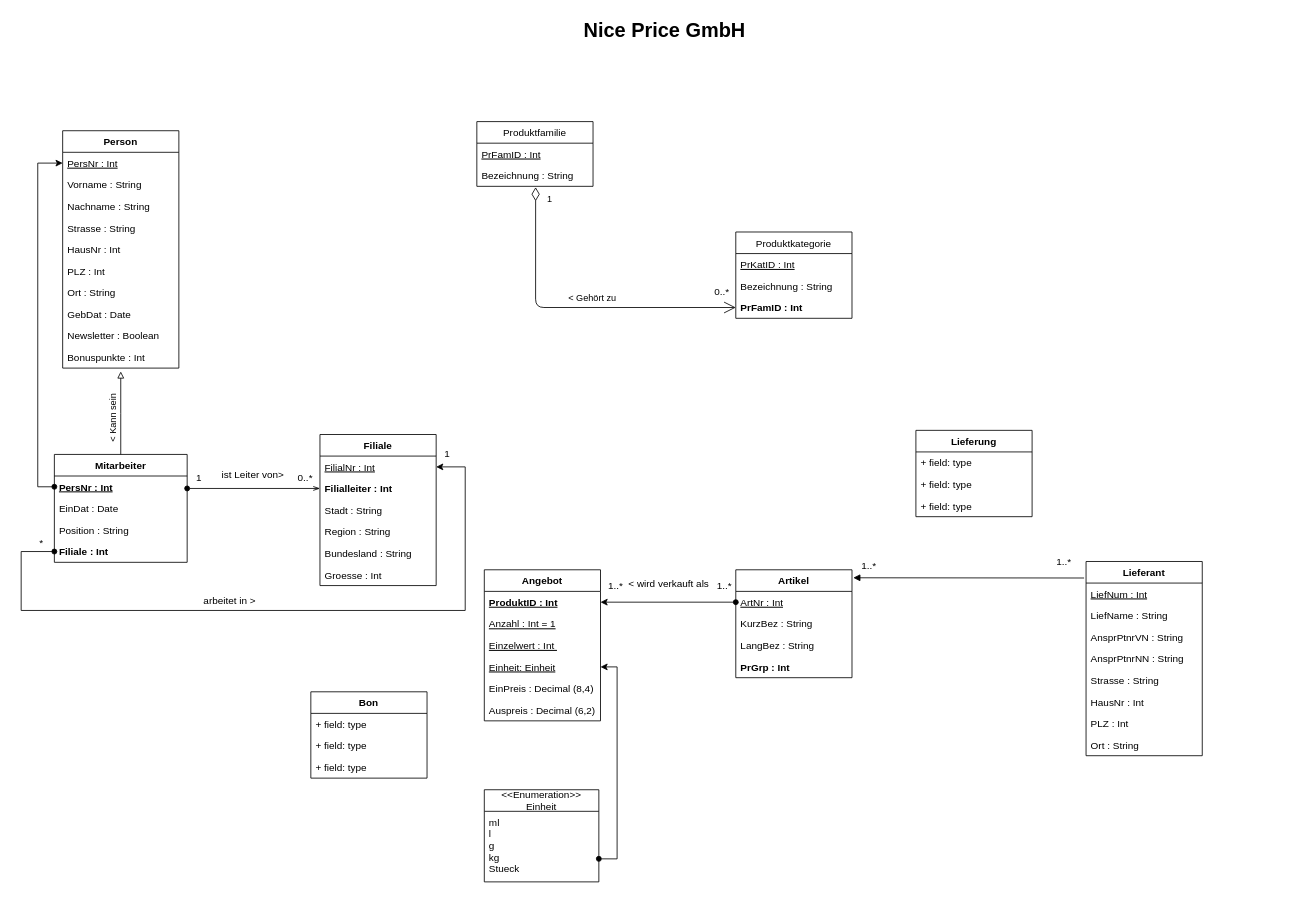
Earlier version of the draw.io diagram NicePriceUML.drawio (Resteklicken/DBS). Source tidied: cells renumbered, new cells numbered last; positions are measured from the earlier drawing's top-left corner, leaving out a move shared by most shapes. Both pictures are drawn from the tidied source at 83%, with x=0, y=0 at pixel (21, 14).
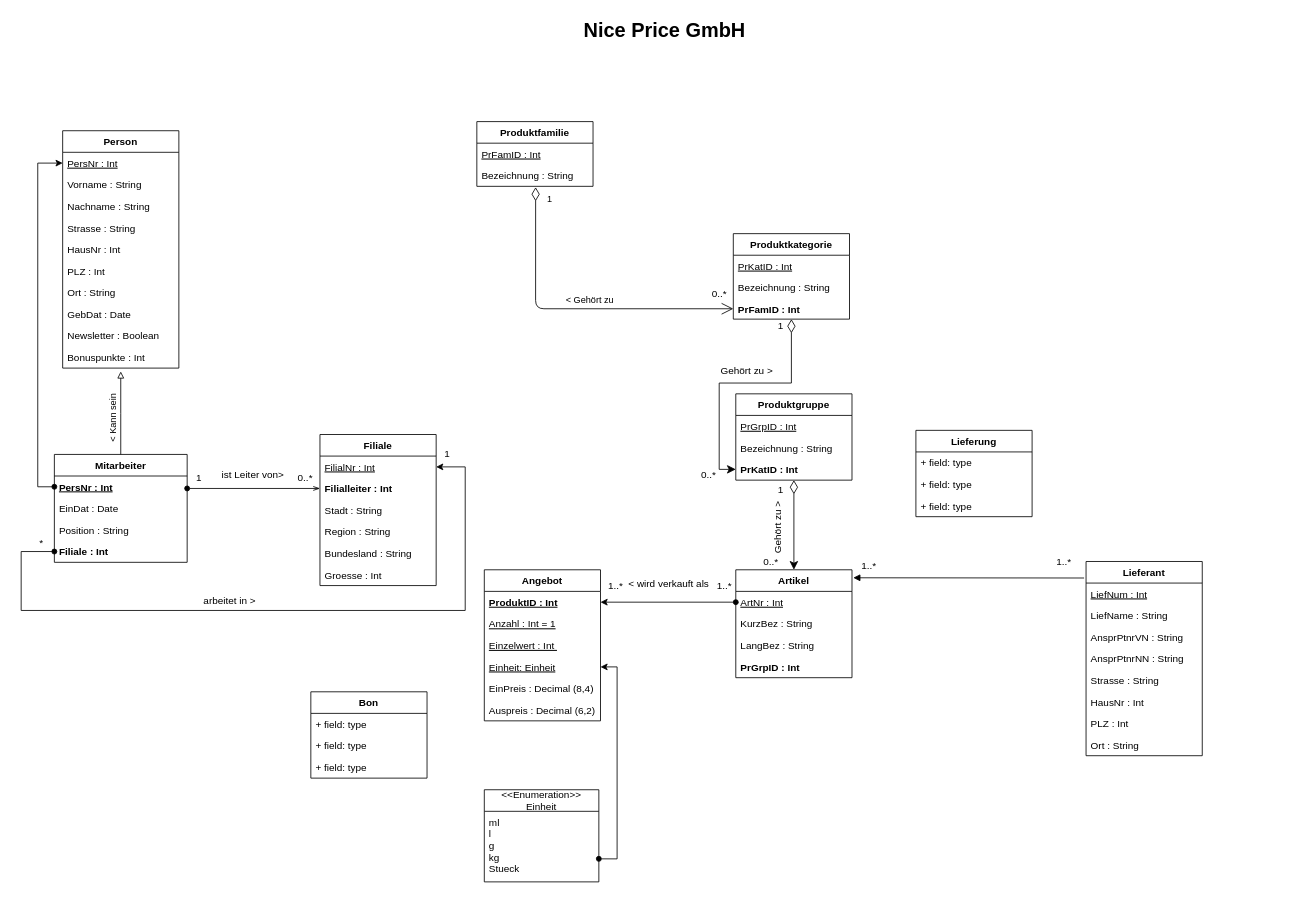
Above is the later version.

Commit message:
Finished kat Grp n Fam

Unchanged cells that the change refers to:
```xml
<mxCell id="28" value="Artikel" style="swimlane;fontStyle=1;horizontal=1;startSize=26;fillColor=none;" parent="1" vertex="1">
  <mxGeometry x="861" y="669" width="140" height="130" as="geometry" />
</mxCell>
```

The edit, as a diff of the source:
```diff
@@
-    <mxCell id="32" value="PrGrp : Int&#10;" style="text;strokeColor=none;fillColor=none;align=left;verticalAlign=top;spacingLeft=4;spacingRight=4;overflow=hidden;fontStyle=1;" parent="28" vertex="1">
+    <mxCell id="32" value="PrGrpID : Int&#10;" style="text;strokeColor=none;fillColor=none;align=left;verticalAlign=top;spacingLeft=4;spacingRight=4;overflow=hidden;fontStyle=1;" parent="28" vertex="1">
       <mxGeometry y="104" width="140" height="26" as="geometry" />
     </mxCell>
@@
-    <mxCell id="38" value="Produktfamilie" style="swimlane;fontStyle=0;horizontal=1;startSize=26;fillColor=none;" parent="1" vertex="1">
+    <mxCell id="38" value="Produktfamilie" style="swimlane;fontStyle=1;horizontal=1;startSize=26;fillColor=none;" parent="1" vertex="1">
       <mxGeometry x="549" y="129" width="140" height="78" as="geometry" />
     </mxCell>
@@
+    <mxCell id="86" style="edgeStyle=orthogonalEdgeStyle;rounded=0;jettySize=auto;html=1;entryX=0;entryY=0.5;entryDx=0;entryDy=0;startArrow=diamondThin;startFill=0;strokeWidth=1;endSize=8;startSize=14;" parent="1" edge="1" source="41" target="91">
+      <mxGeometry relative="1" as="geometry">
+        <Array as="points">
+          <mxPoint x="928" y="444" />
+          <mxPoint x="841" y="444" />
+          <mxPoint x="841" y="548" />
+        </Array>
+      </mxGeometry>
+    </mxCell>
-    <mxCell id="41" value="Produktkategorie" style="swimlane;fontStyle=0;horizontal=1;startSize=26;fillColor=none;" parent="1" vertex="1">
-      <mxGeometry x="861" y="262" width="140" height="104" as="geometry" />
+    <mxCell id="41" value="Produktkategorie" style="swimlane;fontStyle=1;horizontal=1;startSize=26;fillColor=none;" parent="1" vertex="1">
+      <mxGeometry x="858" y="264" width="140" height="103" as="geometry" />
     </mxCell>
@@
     <mxCell id="44" value="PrFamID : Int" style="text;strokeColor=none;fillColor=none;align=left;verticalAlign=top;spacingLeft=4;spacingRight=4;overflow=hidden;points=[[0,0.5],[1,0.5]];portConstraint=eastwest;fontStyle=1;" parent="41" vertex="1">
-      <mxGeometry y="78" width="140" height="26" as="geometry" />
+      <mxGeometry y="78" width="140" height="25" as="geometry" />
     </mxCell>
     <mxCell id="45" value="0..*" style="text;html=1;align=center;verticalAlign=middle;fillColor=none;strokeColor=none;rounded=0;" parent="1" vertex="1">
-      <mxGeometry x="830" y="326" width="28" height="18" as="geometry" />
+      <mxGeometry x="827" y="328" width="28" height="18" as="geometry" />
     </mxCell>
@@
+    <mxCell id="87" style="edgeStyle=orthogonalEdgeStyle;rounded=0;jettySize=auto;html=1;entryX=0.5;entryY=0;entryDx=0;entryDy=0;startArrow=diamondThin;startFill=0;startSize=14;endSize=8;strokeWidth=1;" parent="1" edge="1" source="88" target="28">
+      <mxGeometry relative="1" as="geometry" />
+    </mxCell>
+    <mxCell id="88" value="Produktgruppe" style="swimlane;fontStyle=1;horizontal=1;startSize=26;fillColor=none;" parent="1" vertex="1">
+      <mxGeometry x="861" y="457" width="140" height="104" as="geometry" />
+    </mxCell>
+    <mxCell id="89" value="PrGrpID : Int" style="text;strokeColor=none;fillColor=none;align=left;verticalAlign=top;spacingLeft=4;spacingRight=4;overflow=hidden;fontStyle=4;" parent="88" vertex="1">
+      <mxGeometry y="26" width="140" height="26" as="geometry" />
+    </mxCell>
+    <mxCell id="90" value="Bezeichnung : String" style="text;strokeColor=none;fillColor=none;align=left;verticalAlign=top;spacingLeft=4;spacingRight=4;overflow=hidden;" parent="88" vertex="1">
+      <mxGeometry y="52" width="140" height="26" as="geometry" />
+    </mxCell>
+    <mxCell id="91" value="PrKatID : Int" style="text;strokeColor=none;fillColor=none;align=left;verticalAlign=top;spacingLeft=4;spacingRight=4;overflow=hidden;points=[[0,0.5],[1,0.5]];portConstraint=eastwest;fontStyle=1;" parent="88" vertex="1">
+      <mxGeometry y="78" width="140" height="26" as="geometry" />
+    </mxCell>
+    <mxCell id="92" value="Gehört zu &amp;gt;" style="text;html=1;align=center;verticalAlign=middle;" parent="1" vertex="1">
+      <mxGeometry x="837" y="421" width="73" height="18" as="geometry" />
+    </mxCell>
+    <mxCell id="93" value="1" style="text;html=1;align=center;verticalAlign=middle;" parent="1" vertex="1">
+      <mxGeometry x="907" y="366" width="16" height="18" as="geometry" />
+    </mxCell>
+    <mxCell id="94" value="0..*" style="text;html=1;align=center;verticalAlign=middle;" parent="1" vertex="1">
+      <mxGeometry x="814" y="546" width="28" height="18" as="geometry" />
+    </mxCell>
+    <mxCell id="95" value="Gehört zu &amp;gt;" style="text;html=1;align=center;verticalAlign=middle;rotation=270;" parent="1" vertex="1">
+      <mxGeometry x="876" y="610" width="73" height="18" as="geometry" />
+    </mxCell>
+    <mxCell id="96" value="1" style="text;html=1;align=center;verticalAlign=middle;" parent="1" vertex="1">
+      <mxGeometry x="907" y="564" width="16" height="18" as="geometry" />
+    </mxCell>
+    <mxCell id="97" value="0..*" style="text;html=1;align=center;verticalAlign=middle;" parent="1" vertex="1">
+      <mxGeometry x="889" y="651" width="28" height="18" as="geometry" />
+    </mxCell>
```
